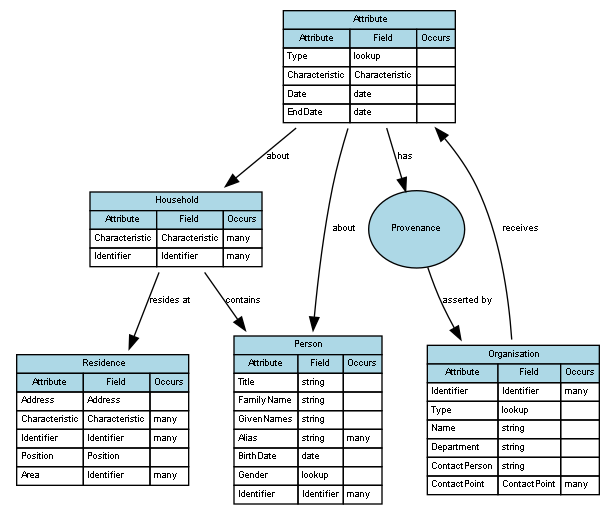
Before: graph_output/use_cases/Send Attribute Data to the Lead Organisation.gv.png, a diagram exported from Graphviz (PaulDav/ModelVisual). Its source is kept beside it as graph_output/use_cases/Send Attribute Data to the Lead Organisation.gv.
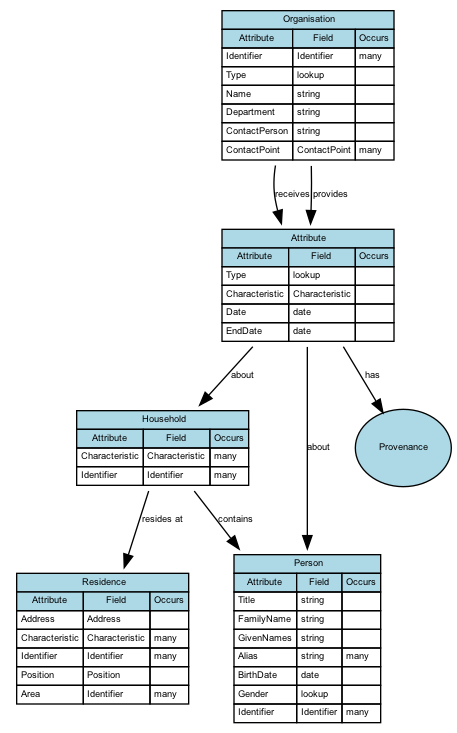
The same file after the commit.

What changed in the source:
```diff
@@ -11,8 +11,8 @@
 	Attribute -> Household [label=about]
 	nodeProvenance [label=Provenance URL="#Provenance" fixedsize=true height=0.8 style=filled width=1.0]
 	Attribute -> nodeProvenance [label=has]
-	nodeProvenance -> Organisation [label="asserted by"]
 	Household -> Residence [label="resides at"]
 	Household -> Person [label=contains]
 	Organisation -> Attribute [label=receives]
+	Organisation -> Attribute [label=provides]
 }
```
